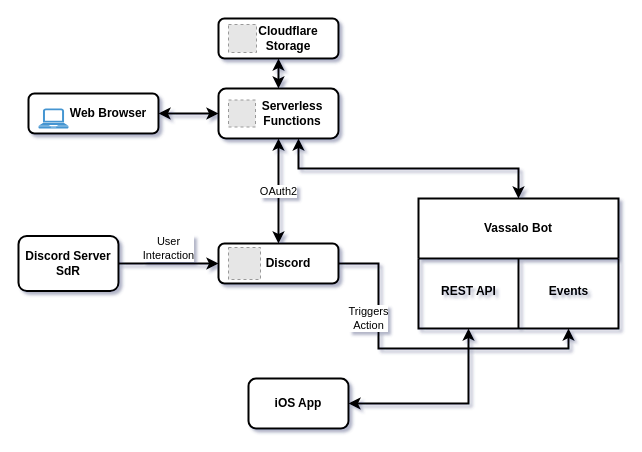
Earlier version of the draw.io diagram Diagrama sem nome.drawio (pmlnunes/pmlnunes.github.io). Source tidied: cells renumbered, new cells numbered last; positions are measured from the earlier drawing's top-left corner, leaving out a move shared by most shapes. Both pictures are drawn from the tidied source at 100%, with x=0, y=0 at pixel (18, 18). Pictures stored in the file or linked from it are replaced by grey dashed boxes.
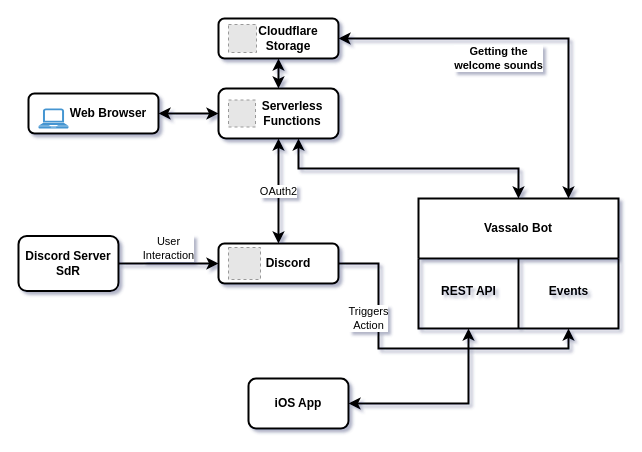
The same diagram, later.

Unchanged cells that the change refers to:
```xml
<mxCell id="10" value="&lt;div&gt;Cloudflare &lt;br&gt;&lt;/div&gt;&lt;div&gt;Storage&lt;/div&gt;" style="rounded=1;whiteSpace=wrap;html=1;fontSize=12;glass=0;strokeWidth=2;shadow=0;verticalAlign=middle;spacingLeft=20;fontStyle=1;" parent="1" vertex="1">
  <mxGeometry x="200" width="120" height="40" as="geometry" />
</mxCell>
<mxCell id="15" value="Vassalo Bot" style="swimlane;whiteSpace=wrap;html=1;startSize=60;strokeWidth=2;" parent="1" vertex="1">
  <mxGeometry x="400" y="180" width="200" height="130" as="geometry" />
</mxCell>
```

Change to the diagram source:
```diff
@@
+    <mxCell id="23" value="Getting the &lt;br&gt;&lt;div&gt;welcome sounds&lt;/div&gt;" style="edgeStyle=orthogonalEdgeStyle;rounded=0;jettySize=auto;html=1;exitX=0.75;exitY=0;exitDx=0;exitDy=0;entryX=1;entryY=0.5;entryDx=0;entryDy=0;startArrow=classic;startFill=1;strokeWidth=2;fontStyle=1;" parent="1" edge="1" source="15" target="10">
+      <mxGeometry x="0.18" y="20" relative="1" as="geometry" />
+    </mxCell>
```
